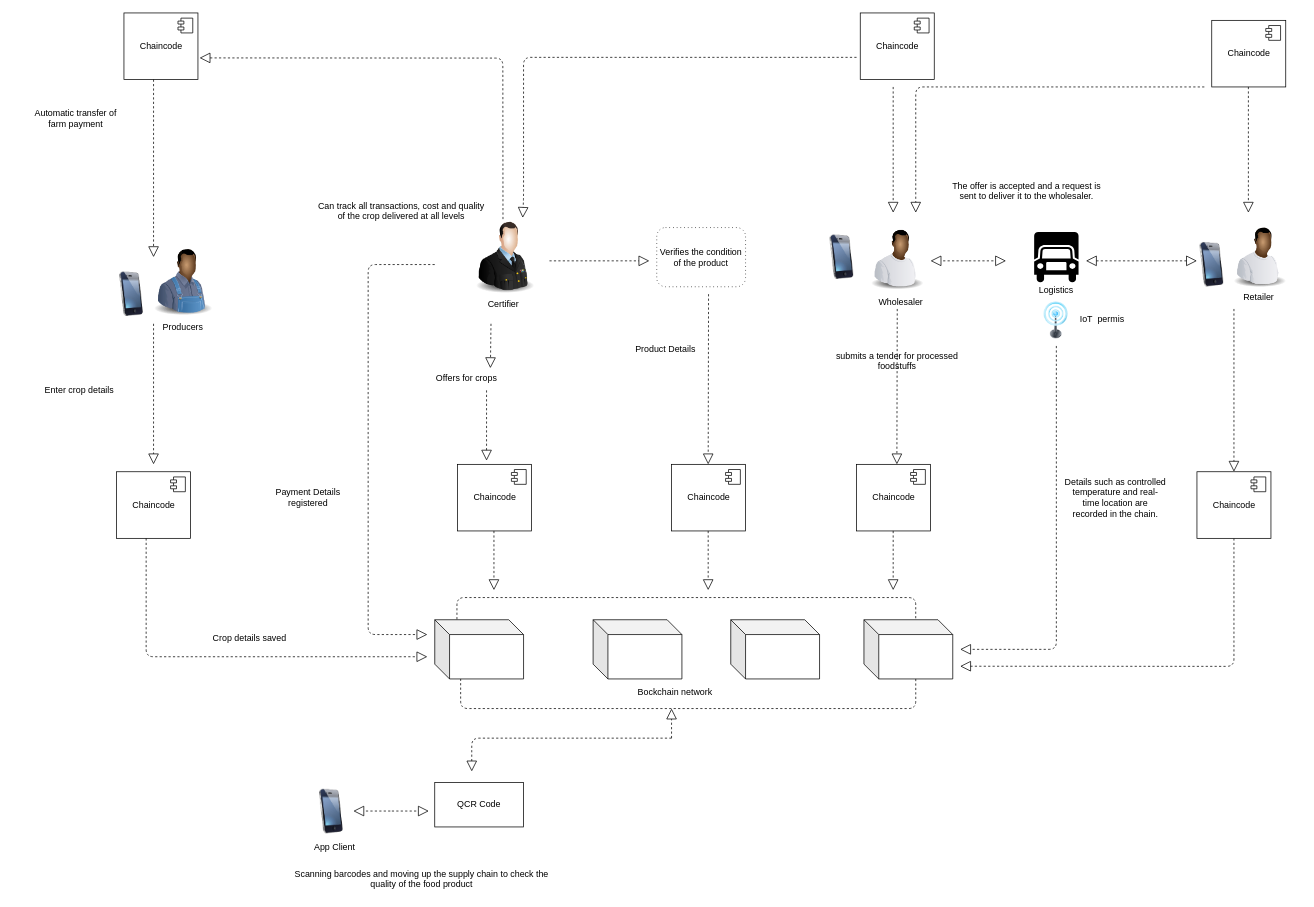
Earlier version of the draw.io diagram Untitled Diagram.drawio (loosker95/supply-chain-blockchain). Source tidied: cells renumbered, new cells numbered last; positions are measured from the earlier drawing's top-left corner, leaving out a move shared by most shapes. Both pictures are drawn from the tidied source at 74%, with x=0, y=0 at pixel (13, 13).
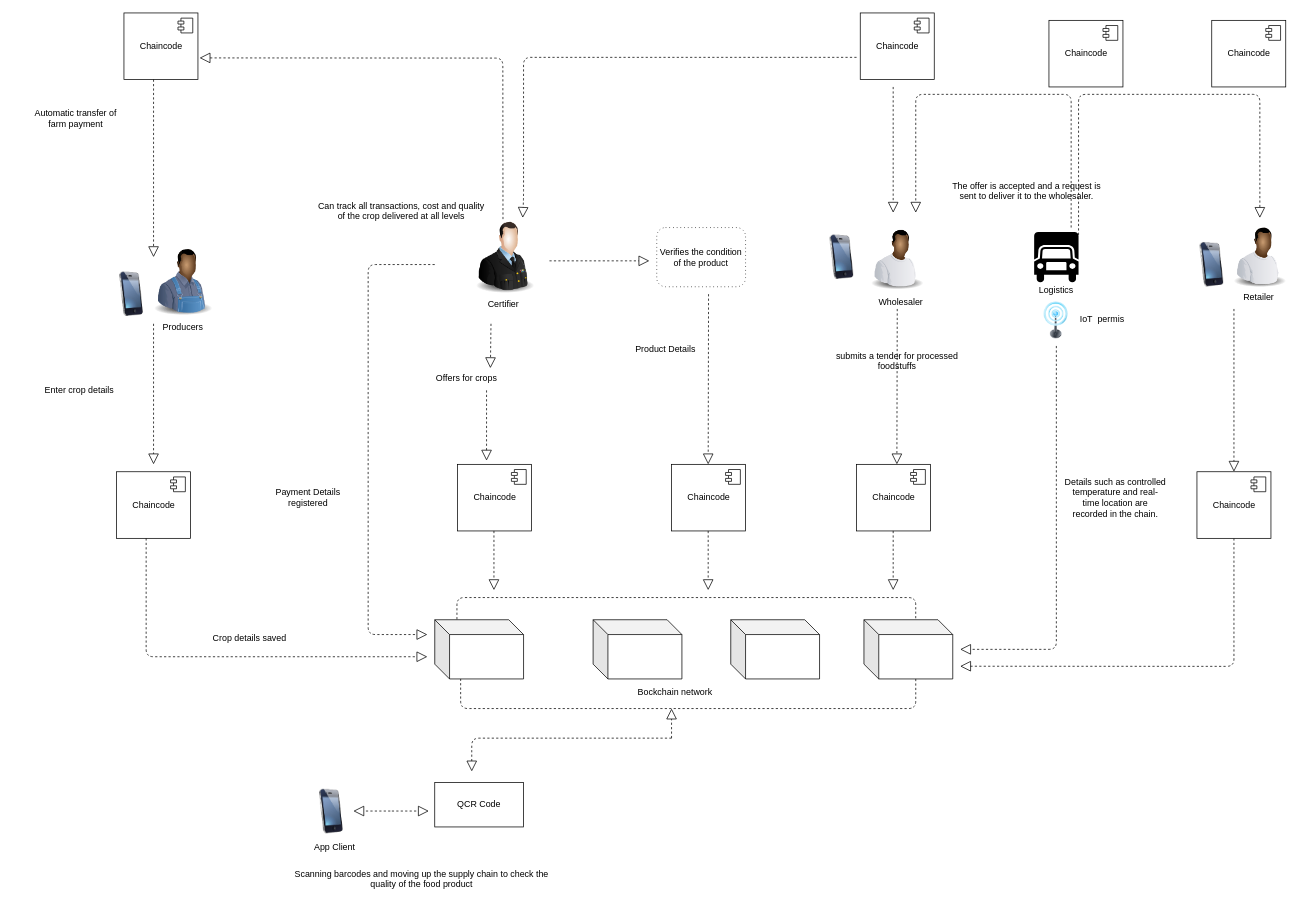
The same diagram, later.

Unchanged cells that the change refers to:
```xml
<mxCell id="67" style="image;html=1;labelBackgroundColor=#ffffff;image=img/lib/clip_art/people/Worker_Black_128x128.png;" parent="1" vertex="1">
  <mxGeometry x="1640" y="277" width="90" height="100" as="geometry" />
</mxCell>
```

The edit, as a diff of the source:
```diff
@@
-    <mxCell id="53" style="endArrow=block;dashed=1;endFill=0;endSize=12;html=1;fontStyle=1;" parent="1" edge="1">
-      <mxGeometry relative="1" as="geometry">
-        <mxPoint x="1290" y="335" as="sourcePoint" />
-        <mxPoint x="1240" y="335" as="targetPoint" />
-      </mxGeometry>
-    </mxCell>
-    <mxCell id="54" style="endArrow=block;dashed=1;endFill=0;endSize=12;html=1;fontStyle=1;" parent="1" edge="1">
-      <mxGeometry relative="1" as="geometry">
-        <mxPoint x="1292" y="335" as="sourcePoint" />
-        <mxPoint x="1342" y="335" as="targetPoint" />
-      </mxGeometry>
-    </mxCell>
@@
-    <mxCell id="75" style="endArrow=block;dashed=1;endFill=0;endSize=12;html=1;fontStyle=1;" parent="1" edge="1">
-      <mxGeometry relative="1" as="geometry">
-        <mxPoint x="1669.5" y="100" as="sourcePoint" />
-        <mxPoint x="1669.5" y="270" as="targetPoint" />
-      </mxGeometry>
-    </mxCell>
     <mxCell id="76" style="endArrow=block;dashed=1;endFill=0;endSize=12;html=1;fontStyle=1;" parent="1" edge="1">
       <mxGeometry relative="1" as="geometry">
-        <mxPoint x="1610" y="100" as="sourcePoint" />
+        <mxPoint x="1430" y="290" as="sourcePoint" />
         <mxPoint x="1220" y="270" as="targetPoint" />
         <Array as="points">
-          <mxPoint x="1220" y="100" />
+          <mxPoint x="1430" y="110" />
+          <mxPoint x="1220" y="110" />
         </Array>
       </mxGeometry>
     </mxCell>
-    <mxCell id="77" style="endArrow=block;dashed=1;endFill=0;endSize=12;html=1;fontStyle=1;" parent="1" edge="1">
-      <mxGeometry relative="1" as="geometry">
-        <mxPoint x="1569" y="335" as="sourcePoint" />
-        <mxPoint x="1450" y="335" as="targetPoint" />
-      </mxGeometry>
-    </mxCell>
-    <mxCell id="78" style="endArrow=block;dashed=1;endFill=0;endSize=12;html=1;fontStyle=1;" parent="1" edge="1">
-      <mxGeometry relative="1" as="geometry">
-        <mxPoint x="1571" y="335" as="sourcePoint" />
-        <mxPoint x="1600" y="335" as="targetPoint" />
-      </mxGeometry>
-    </mxCell>
@@
+    <mxCell id="84" value="Chaincode" style="html=1;" parent="1" vertex="1">
+      <mxGeometry x="1400" y="10" width="100" height="90" as="geometry" />
+    </mxCell>
+    <mxCell id="85" style="shape=component;jettyWidth=8;jettyHeight=4;" parent="84" vertex="1">
+      <mxGeometry x="1" width="20" height="20" relative="1" as="geometry">
+        <mxPoint x="-27" y="7" as="offset" />
+      </mxGeometry>
+    </mxCell>
+    <mxCell id="86" style="endArrow=block;dashed=1;endFill=0;endSize=12;html=1;fontStyle=1;entryX=0.5;entryY=0;entryDx=0;entryDy=0;" parent="1" edge="1" target="67">
+      <mxGeometry relative="1" as="geometry">
+        <mxPoint x="1440" y="300" as="sourcePoint" />
+        <Array as="points">
+          <mxPoint x="1440" y="110" />
+          <mxPoint x="1685" y="110" />
+        </Array>
+      </mxGeometry>
+    </mxCell>
```
